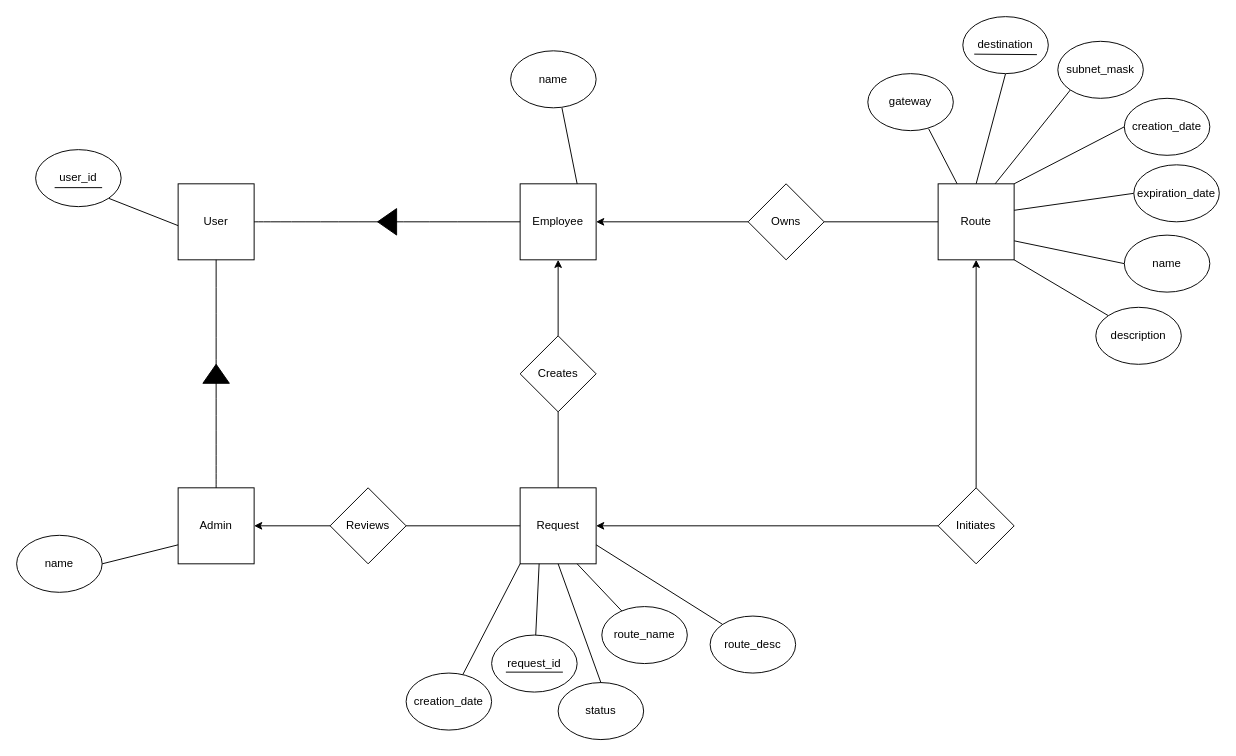
The draw.io diagram vpn-routing-erd.drawio in macsyd/csc370-database-project, before the edit. Source tidied: cells renumbered, new cells numbered last; positions are measured from the earlier drawing's top-left corner, leaving out a move shared by most shapes. Both pictures are drawn from the tidied source at 95%, with x=0, y=0 at pixel (16, 16).
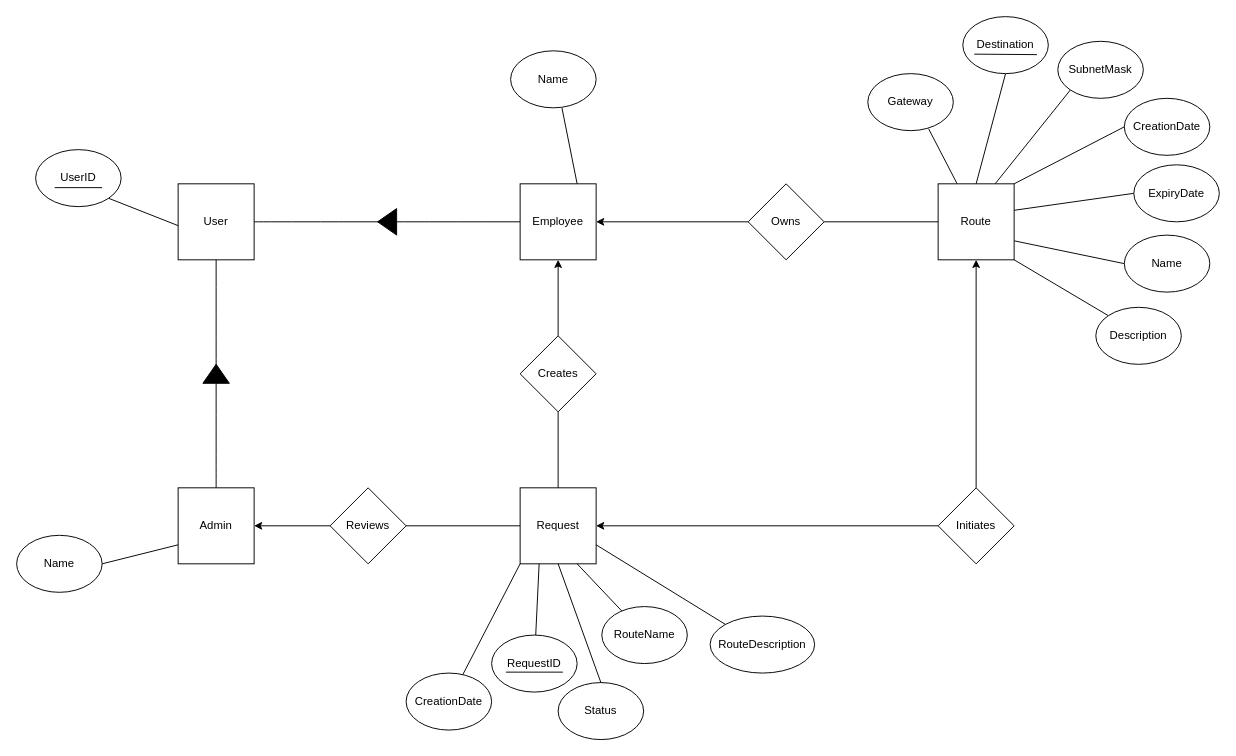
Above is the later version.

Commit message:
Change attribute name format to camel case

This will now match the style used in our MySQL code.

What changed in the source:
```diff
@@
-    <mxCell id="10" value="destination" style="ellipse;whiteSpace=wrap;html=1;" parent="1" vertex="1">
+    <mxCell id="10" value="Destination" style="ellipse;whiteSpace=wrap;html=1;" parent="1" vertex="1">
       <mxGeometry x="996" width="90" height="60" as="geometry" />
     </mxCell>
-    <mxCell id="11" value="subnet_mask" style="ellipse;whiteSpace=wrap;html=1;" parent="1" vertex="1">
+    <mxCell id="11" value="SubnetMask" style="ellipse;whiteSpace=wrap;html=1;" parent="1" vertex="1">
       <mxGeometry x="1096" y="26" width="90" height="60" as="geometry" />
     </mxCell>
-    <mxCell id="12" value="name" style="ellipse;whiteSpace=wrap;html=1;" parent="1" vertex="1">
+    <mxCell id="12" value="Name" style="ellipse;whiteSpace=wrap;html=1;" parent="1" vertex="1">
       <mxGeometry x="1166" y="230" width="90" height="60" as="geometry" />
     </mxCell>
-    <mxCell id="13" value="gateway" style="ellipse;whiteSpace=wrap;html=1;" parent="1" vertex="1">
+    <mxCell id="13" value="Gateway" style="ellipse;whiteSpace=wrap;html=1;" parent="1" vertex="1">
       <mxGeometry x="896" y="60" width="90" height="60" as="geometry" />
     </mxCell>
-    <mxCell id="14" value="creation_date" style="ellipse;whiteSpace=wrap;html=1;" parent="1" vertex="1">
+    <mxCell id="14" value="CreationDate" style="ellipse;whiteSpace=wrap;html=1;" parent="1" vertex="1">
       <mxGeometry x="1166" y="86" width="90" height="60" as="geometry" />
     </mxCell>
-    <mxCell id="15" value="description" style="ellipse;whiteSpace=wrap;html=1;" parent="1" vertex="1">
+    <mxCell id="15" value="Description" style="ellipse;whiteSpace=wrap;html=1;" parent="1" vertex="1">
       <mxGeometry x="1136" y="306" width="90" height="60" as="geometry" />
     </mxCell>
-    <mxCell id="16" value="expiration_date" style="ellipse;whiteSpace=wrap;html=1;" parent="1" vertex="1">
+    <mxCell id="16" value="ExpiryDate" style="ellipse;whiteSpace=wrap;html=1;" parent="1" vertex="1">
       <mxGeometry x="1176" y="156" width="90" height="60" as="geometry" />
     </mxCell>
@@
-    <mxCell id="23" value="creation_date" style="ellipse;whiteSpace=wrap;html=1;" parent="1" vertex="1">
+    <mxCell id="23" value="CreationDate" style="ellipse;whiteSpace=wrap;html=1;" parent="1" vertex="1">
       <mxGeometry x="410" y="691" width="90" height="60" as="geometry" />
     </mxCell>
-    <mxCell id="24" value="status" style="ellipse;whiteSpace=wrap;html=1;" parent="1" vertex="1">
+    <mxCell id="24" value="Status" style="ellipse;whiteSpace=wrap;html=1;" parent="1" vertex="1">
       <mxGeometry x="570" y="701" width="90" height="60" as="geometry" />
     </mxCell>
@@
-    <mxCell id="28" value="route_name" style="ellipse;whiteSpace=wrap;html=1;" parent="1" vertex="1">
+    <mxCell id="28" value="RouteName" style="ellipse;whiteSpace=wrap;html=1;" parent="1" vertex="1">
       <mxGeometry x="616" y="621" width="90" height="60" as="geometry" />
     </mxCell>
-    <mxCell id="29" value="route_desc" style="ellipse;whiteSpace=wrap;html=1;" parent="1" vertex="1">
-      <mxGeometry x="730" y="631" width="90" height="60" as="geometry" />
+    <mxCell id="29" value="RouteDescription" style="ellipse;whiteSpace=wrap;html=1;" parent="1" vertex="1">
+      <mxGeometry x="730" y="631" width="110" height="60" as="geometry" />
     </mxCell>
@@
-    <mxCell id="36" value="request_id" style="ellipse;whiteSpace=wrap;html=1;" parent="1" vertex="1">
+    <mxCell id="36" value="RequestID" style="ellipse;whiteSpace=wrap;html=1;" parent="1" vertex="1">
       <mxGeometry x="500" y="651" width="90" height="60" as="geometry" />
     </mxCell>
@@
-    <mxCell id="40" value="name" style="ellipse;whiteSpace=wrap;html=1;" parent="1" vertex="1">
+    <mxCell id="40" value="Name" style="ellipse;whiteSpace=wrap;html=1;" parent="1" vertex="1">
       <mxGeometry x="520" y="36" width="90" height="60" as="geometry" />
     </mxCell>
@@
-    <mxCell id="42" value="name" style="ellipse;whiteSpace=wrap;html=1;" parent="1" vertex="1">
+    <mxCell id="42" value="Name" style="ellipse;whiteSpace=wrap;html=1;" parent="1" vertex="1">
       <mxGeometry y="546" width="90" height="60" as="geometry" />
     </mxCell>
@@
-    <mxCell id="54" value="user_id" style="ellipse;whiteSpace=wrap;html=1;" parent="1" vertex="1">
+    <mxCell id="54" value="UserID" style="ellipse;whiteSpace=wrap;html=1;" parent="1" vertex="1">
       <mxGeometry x="20" y="140" width="90" height="60" as="geometry" />
     </mxCell>
```
